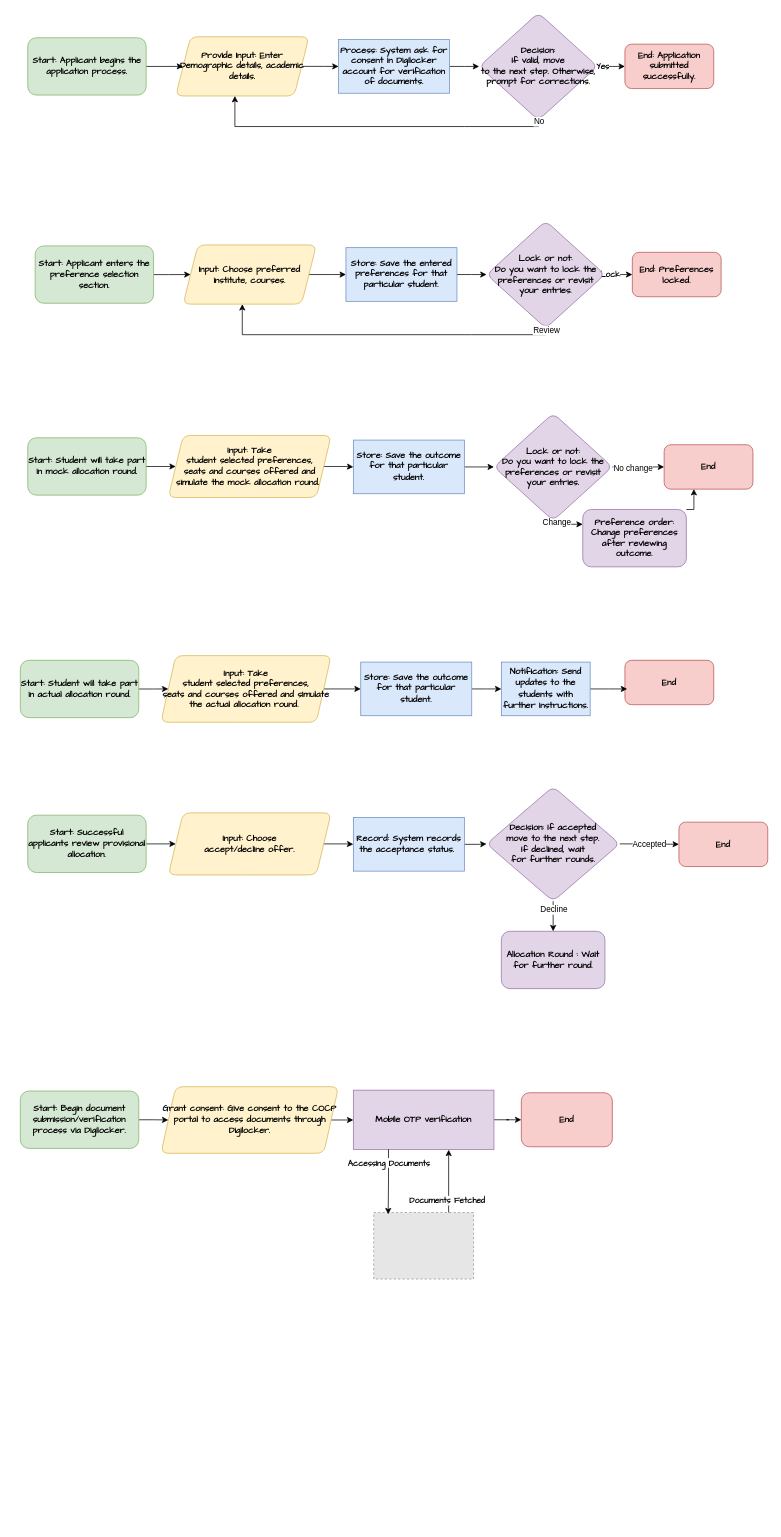
This is page "Page-1" (1 of 2) of Architecture.drawio from prateek1o1/draw.io, a draw.io file, before an edit. Source tidied: cells renumbered, new cells numbered last; positions are measured from the earlier drawing's top-left corner, leaving out a move shared by most shapes. Both pictures are drawn from the tidied source at 74%, with x=0, y=0 at pixel (20, 13). Pictures stored in the file or linked from it are replaced by grey dashed boxes.
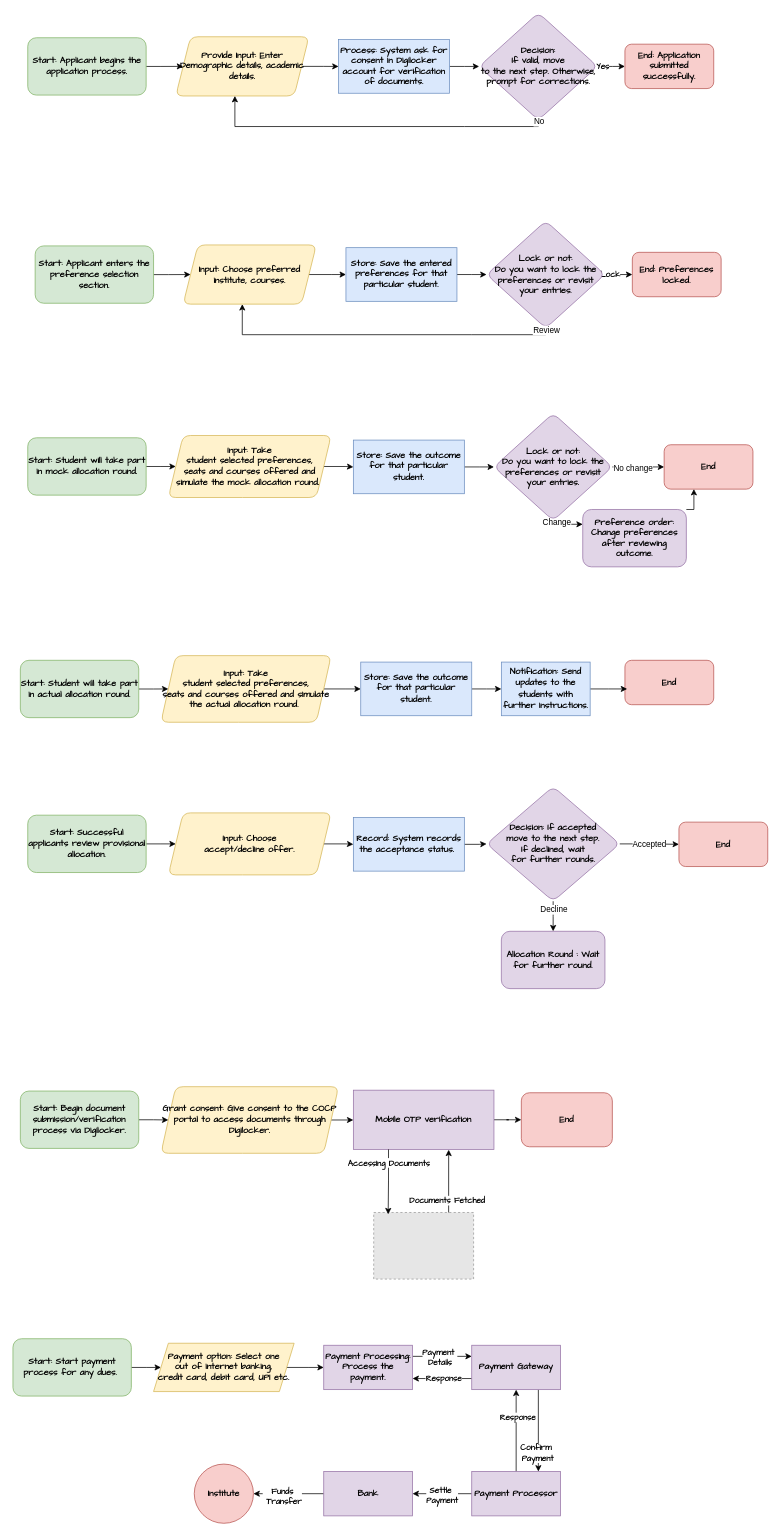
Above is the later version.

Diff of the diagram source:
```diff
@@
+    <mxCell id="74" style="edgeStyle=orthogonalEdgeStyle;rounded=0;jettySize=auto;html=1;fontStyle=1;fontFamily=Comic Sans MS;" parent="1" edge="1" source="75" target="94">
+      <mxGeometry relative="1" as="geometry" />
+    </mxCell>
+    <mxCell id="75" value="Start: Start payment process for any dues.&amp;nbsp;" style="rounded=1;whiteSpace=wrap;html=1;align=center;fontStyle=1;fontFamily=Comic Sans MS;fillColor=#d5e8d4;strokeColor=#82b366;" parent="1" vertex="1">
+      <mxGeometry x="-10" y="1791.6" width="160" height="77.5" as="geometry" />
+    </mxCell>
+    <mxCell id="76" style="edgeStyle=orthogonalEdgeStyle;rounded=0;jettySize=auto;html=1;exitX=1;exitY=0.25;exitDx=0;exitDy=0;entryX=0;entryY=0.25;entryDx=0;entryDy=0;fontStyle=1;fontFamily=Comic Sans MS;" parent="1" edge="1" source="78" target="83">
+      <mxGeometry relative="1" as="geometry" />
+    </mxCell>
+    <mxCell id="77" value="Payment&amp;nbsp;&lt;br&gt;Details" style="edgeLabel;html=1;align=center;verticalAlign=middle;fontStyle=1;fontFamily=Comic Sans MS;" parent="76" vertex="1">
+      <mxGeometry x="-0.1" y="-1" relative="1" as="geometry" />
+    </mxCell>
+    <mxCell id="78" value="Payment Processing: Process the payment." style="rounded=0;whiteSpace=wrap;html=1;fillColor=#e1d5e7;strokeColor=#9673a6;fontStyle=1;fontFamily=Comic Sans MS;" parent="1" vertex="1">
+      <mxGeometry x="410" y="1800.4" width="120" height="60" as="geometry" />
+    </mxCell>
+    <mxCell id="79" style="edgeStyle=orthogonalEdgeStyle;rounded=0;jettySize=auto;html=1;exitX=0.75;exitY=1;exitDx=0;exitDy=0;entryX=0.75;entryY=0;entryDx=0;entryDy=0;fontStyle=1;fontFamily=Comic Sans MS;" parent="1" edge="1" source="83" target="88">
+      <mxGeometry relative="1" as="geometry" />
+    </mxCell>
+    <mxCell id="80" value="Confirm&amp;nbsp;&lt;br&gt;Payment" style="edgeLabel;html=1;align=center;verticalAlign=middle;fontStyle=1;fontFamily=Comic Sans MS;" parent="79" vertex="1">
+      <mxGeometry x="0.53" y="-2" relative="1" as="geometry" />
+    </mxCell>
+    <mxCell id="81" style="edgeStyle=orthogonalEdgeStyle;rounded=0;jettySize=auto;html=1;exitX=0;exitY=0.75;exitDx=0;exitDy=0;entryX=1;entryY=0.75;entryDx=0;entryDy=0;fontStyle=1;fontFamily=Comic Sans MS;" parent="1" edge="1" source="83" target="78">
+      <mxGeometry relative="1" as="geometry" />
+    </mxCell>
+    <mxCell id="82" value="Response" style="edgeLabel;html=1;align=center;verticalAlign=middle;fontStyle=1;fontFamily=Comic Sans MS;" parent="81" vertex="1">
+      <mxGeometry x="-0.03" y="-1" relative="1" as="geometry" />
+    </mxCell>
+    <mxCell id="83" value="Payment Gateway" style="rounded=0;whiteSpace=wrap;html=1;fillColor=#e1d5e7;strokeColor=#9673a6;fontStyle=1;fontFamily=Comic Sans MS;" parent="1" vertex="1">
+      <mxGeometry x="610" y="1800.4" width="120" height="60" as="geometry" />
+    </mxCell>
+    <mxCell id="84" style="edgeStyle=orthogonalEdgeStyle;rounded=0;jettySize=auto;html=1;fontStyle=1;fontFamily=Comic Sans MS;" parent="1" edge="1" source="88" target="91">
+      <mxGeometry relative="1" as="geometry" />
+    </mxCell>
+    <mxCell id="85" value="Settle&amp;nbsp;&lt;br&gt;Payment" style="edgeLabel;html=1;align=center;verticalAlign=middle;fontStyle=1;fontFamily=Comic Sans MS;" parent="84" vertex="1">
+      <mxGeometry x="0.02" y="1" relative="1" as="geometry" />
+    </mxCell>
+    <mxCell id="86" style="edgeStyle=orthogonalEdgeStyle;rounded=0;jettySize=auto;html=1;fontStyle=1;fontFamily=Comic Sans MS;" parent="1" edge="1" source="88" target="83">
+      <mxGeometry relative="1" as="geometry" />
+    </mxCell>
+    <mxCell id="87" value="Response" style="edgeLabel;html=1;align=center;verticalAlign=middle;fontStyle=1;fontFamily=Comic Sans MS;" parent="86" vertex="1">
+      <mxGeometry x="0.34" y="-1" relative="1" as="geometry" />
+    </mxCell>
+    <mxCell id="88" value="Payment Processor" style="rounded=0;whiteSpace=wrap;html=1;fillColor=#e1d5e7;strokeColor=#9673a6;fontStyle=1;fontFamily=Comic Sans MS;" parent="1" vertex="1">
+      <mxGeometry x="610" y="1971" width="120" height="60" as="geometry" />
+    </mxCell>
+    <mxCell id="89" style="edgeStyle=orthogonalEdgeStyle;rounded=0;jettySize=auto;html=1;fontStyle=1;fontFamily=Comic Sans MS;" parent="1" edge="1" source="91" target="92">
+      <mxGeometry relative="1" as="geometry" />
+    </mxCell>
+    <mxCell id="90" value="Funds&lt;br&gt;&amp;nbsp;Transfer" style="edgeLabel;html=1;align=center;verticalAlign=middle;fontStyle=1;fontFamily=Comic Sans MS;" parent="89" vertex="1">
+      <mxGeometry x="0.2" y="3" relative="1" as="geometry" />
+    </mxCell>
+    <mxCell id="91" value="Bank" style="rounded=0;whiteSpace=wrap;html=1;fillColor=#e1d5e7;strokeColor=#9673a6;fontStyle=1;fontFamily=Comic Sans MS;" parent="1" vertex="1">
+      <mxGeometry x="410" y="1971" width="120" height="60" as="geometry" />
+    </mxCell>
+    <mxCell id="92" value="Institute" style="ellipse;whiteSpace=wrap;html=1;fillColor=#f8cecc;strokeColor=#b85450;fontStyle=1;fontFamily=Comic Sans MS;" parent="1" vertex="1">
+      <mxGeometry x="235" y="1961" width="80" height="80" as="geometry" />
+    </mxCell>
+    <mxCell id="93" style="edgeStyle=orthogonalEdgeStyle;rounded=0;jettySize=auto;html=1;fontStyle=1;fontFamily=Comic Sans MS;" parent="1" edge="1" source="94" target="78">
+      <mxGeometry relative="1" as="geometry" />
+    </mxCell>
+    <mxCell id="94" value="Payment option: Select one &lt;br&gt;out of internet banking, &lt;br&gt;credit card, debit card, UPI etc." style="shape=parallelogram;perimeter=parallelogramPerimeter;whiteSpace=wrap;html=1;fixedSize=1;fillColor=#fff2cc;strokeColor=#d6b656;fontStyle=1;fontFamily=Comic Sans MS;" parent="1" vertex="1">
+      <mxGeometry x="180" y="1797.7" width="190" height="65.3" as="geometry" />
+    </mxCell>
```
